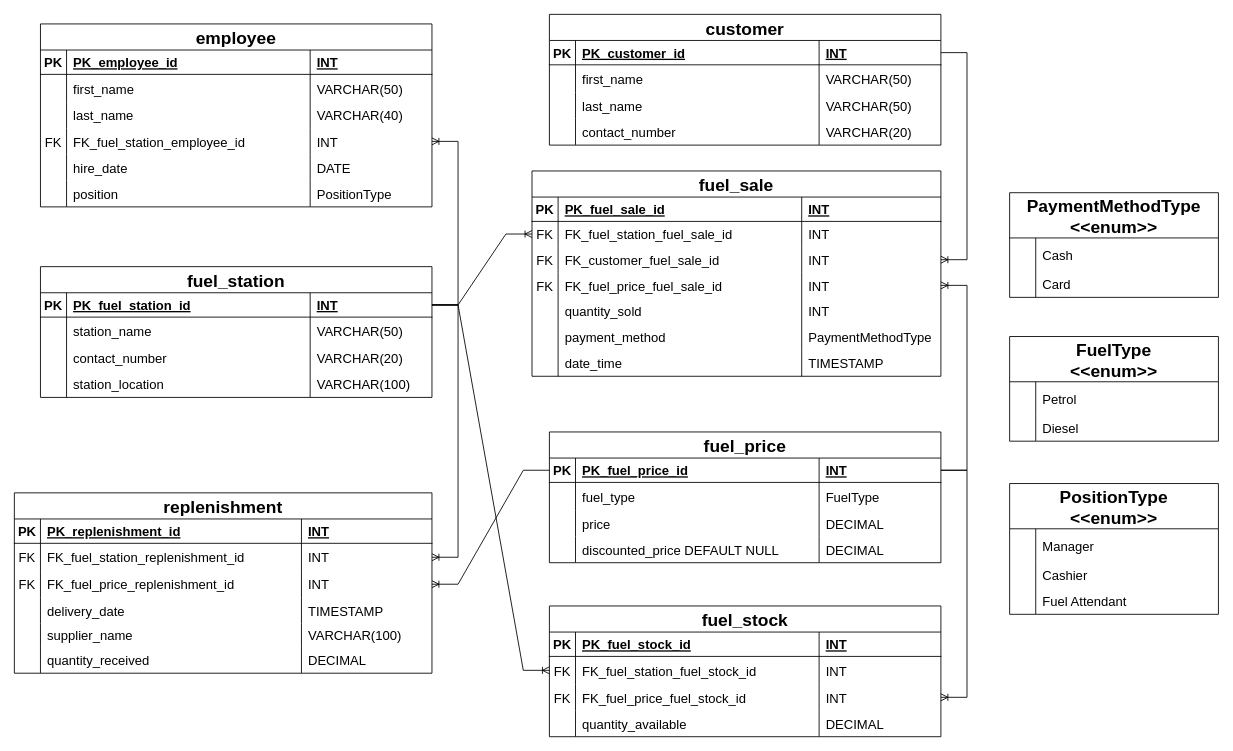
Above: Untitled Diagram.drawio in GiorgiEz/DB-modeling (draw.io), before the change. Source tidied: cells renumbered, new cells numbered last; positions are measured from the earlier drawing's top-left corner, leaving out a move shared by most shapes. Both pictures are drawn from the tidied source at 87%, with x=0, y=0 at pixel (-69, 14).
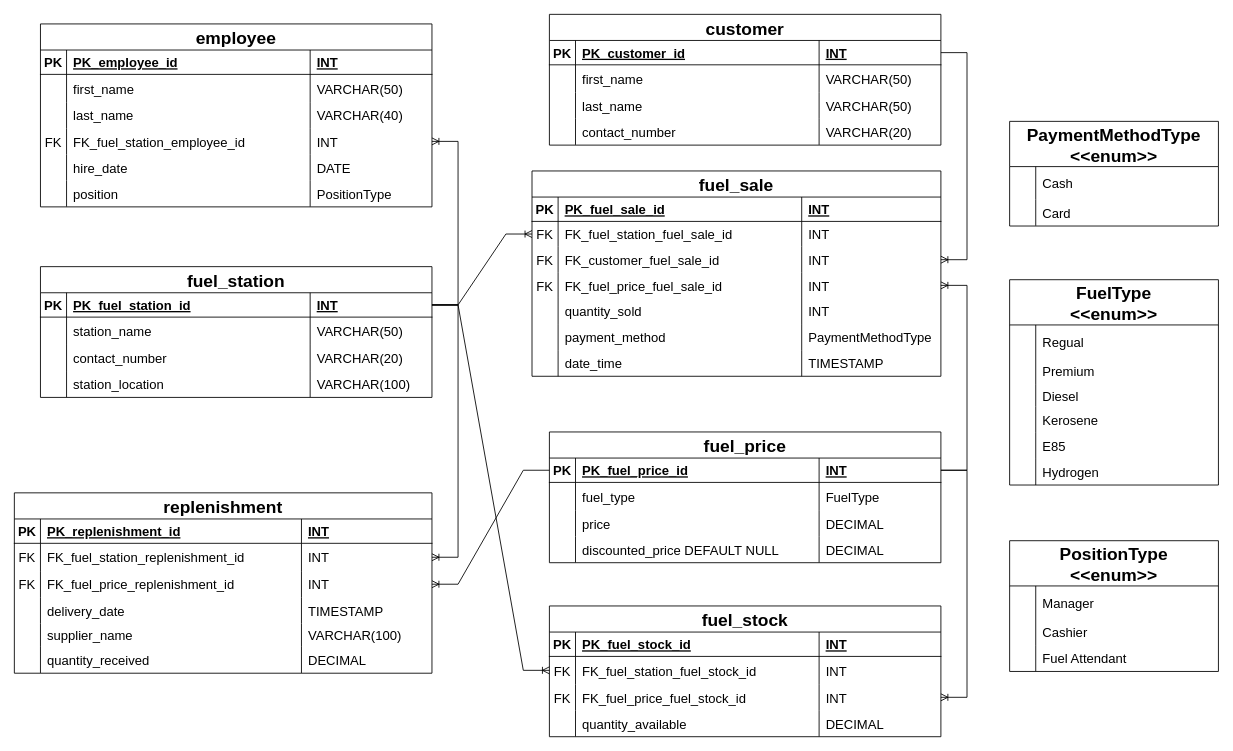
Above is the later version.

Unchanged cells that the change refers to:
```xml
<mxCell id="164" style="shape=partialRectangle;fillColor=none;top=0;left=0;right=0;bottom=0;" parent="163" vertex="1">
  <mxGeometry y="52" width="240" height="38" as="geometry" />
</mxCell>
```

Change to the diagram source:
```diff
@@
     <mxCell id="156" value="PaymentMethodType&#10;&lt;&lt;enum&gt;&gt;" style="shape=table;startSize=52;childLayout=tableLayout;rowLines=0;fontStyle=1;align=center;fillColor=#FFFFFF;strokeColor=#000000;fontSize=20;direction=east;flipH=0;flipV=0;" parent="1" vertex="1">
-      <mxGeometry x="1239" y="205" width="240" height="120.3" as="geometry" />
+      <mxGeometry x="1239" y="123" width="240" height="120.3" as="geometry" />
     </mxCell>
@@
     <mxCell id="163" value="FuelType&#10;&lt;&lt;enum&gt;&gt;" style="shape=table;startSize=52;childLayout=tableLayout;rowLines=0;fontStyle=1;align=center;fillColor=#FFFFFF;strokeColor=#000000;fontSize=20;direction=east;flipH=0;flipV=0;" parent="1" vertex="1">
-      <mxGeometry x="1239" y="370.3" width="240" height="120.3" as="geometry" />
+      <mxGeometry x="1239" y="305" width="240" height="236" as="geometry" />
     </mxCell>
@@
-    <mxCell id="166" value="Petrol" style="shape=partialRectangle;overflow=hidden;fillColor=none;top=0;left=0;bottom=0;right=0;align=left;spacingLeft=6;fontColor=#000000;labelBackgroundColor=none;fontSize=15;" parent="164" vertex="1">
+    <mxCell id="166" value="Regual" style="shape=partialRectangle;overflow=hidden;fillColor=none;top=0;left=0;bottom=0;right=0;align=left;spacingLeft=6;fontColor=#000000;labelBackgroundColor=none;fontSize=15;" parent="164" vertex="1">
       <mxGeometry x="30" width="210" height="38" as="geometry" />
     </mxCell>
+    <mxCell id="181" style="shape=tableRow;horizontal=0;startSize=0;swimlaneHead=0;swimlaneBody=0;fillColor=none;top=0;left=0;right=0;bottom=0;" parent="163" vertex="1">
+      <mxGeometry y="90" width="240" height="30" as="geometry" />
+    </mxCell>
+    <mxCell id="182" style="shape=partialRectangle;fillColor=none;top=0;left=0;bottom=0;right=0;overflow=hidden;" parent="181" vertex="1">
+      <mxGeometry width="30" height="30" as="geometry" />
+    </mxCell>
+    <mxCell id="183" value="Premium" style="shape=partialRectangle;fillColor=none;top=0;left=0;bottom=0;right=0;align=left;spacingLeft=6;overflow=hidden;fontSize=15;" parent="181" vertex="1">
+      <mxGeometry x="30" width="210" height="30" as="geometry" />
+    </mxCell>
+    <mxCell id="184" style="shape=tableRow;horizontal=0;startSize=0;swimlaneHead=0;swimlaneBody=0;fillColor=none;top=0;left=0;right=0;bottom=0;" parent="163" vertex="1">
+      <mxGeometry y="120" width="240" height="26" as="geometry" />
+    </mxCell>
+    <mxCell id="185" style="shape=partialRectangle;fillColor=none;top=0;left=0;bottom=0;right=0;overflow=hidden;" parent="184" vertex="1">
+      <mxGeometry width="30" height="26" as="geometry" />
+    </mxCell>
+    <mxCell id="186" value="Diesel" style="shape=partialRectangle;fillColor=none;top=0;left=0;bottom=0;right=0;align=left;spacingLeft=6;overflow=hidden;fontSize=15;" parent="184" vertex="1">
+      <mxGeometry x="30" width="210" height="26" as="geometry" />
+    </mxCell>
+    <mxCell id="187" style="shape=tableRow;horizontal=0;startSize=0;swimlaneHead=0;swimlaneBody=0;fillColor=none;top=0;left=0;right=0;bottom=0;" parent="163" vertex="1">
+      <mxGeometry y="146" width="240" height="30" as="geometry" />
+    </mxCell>
+    <mxCell id="188" style="shape=partialRectangle;fillColor=none;top=0;left=0;bottom=0;right=0;overflow=hidden;" parent="187" vertex="1">
+      <mxGeometry width="30" height="30" as="geometry" />
+    </mxCell>
+    <mxCell id="189" value="Kerosene" style="shape=partialRectangle;fillColor=none;top=0;left=0;bottom=0;right=0;align=left;spacingLeft=6;overflow=hidden;fontSize=15;" parent="187" vertex="1">
+      <mxGeometry x="30" width="210" height="30" as="geometry" />
+    </mxCell>
+    <mxCell id="190" style="shape=tableRow;horizontal=0;startSize=0;swimlaneHead=0;swimlaneBody=0;fillColor=none;top=0;left=0;right=0;bottom=0;" parent="163" vertex="1">
+      <mxGeometry y="176" width="240" height="30" as="geometry" />
+    </mxCell>
+    <mxCell id="191" style="shape=partialRectangle;fillColor=none;top=0;left=0;bottom=0;right=0;overflow=hidden;" parent="190" vertex="1">
+      <mxGeometry width="30" height="30" as="geometry" />
+    </mxCell>
+    <mxCell id="192" value="E85" style="shape=partialRectangle;fillColor=none;top=0;left=0;bottom=0;right=0;align=left;spacingLeft=6;overflow=hidden;fontSize=15;" parent="190" vertex="1">
+      <mxGeometry x="30" width="210" height="30" as="geometry" />
+    </mxCell>
     <mxCell id="167" style="shape=tableRow;horizontal=0;startSize=0;swimlaneHead=0;swimlaneBody=0;fillColor=none;top=0;left=0;right=0;bottom=0;" parent="163" vertex="1">
-      <mxGeometry y="90" width="240" height="30" as="geometry" />
+      <mxGeometry y="206" width="240" height="30" as="geometry" />
     </mxCell>
@@
-    <mxCell id="169" value="Diesel" style="shape=partialRectangle;fillColor=none;top=0;left=0;bottom=0;right=0;align=left;spacingLeft=6;overflow=hidden;fontSize=15;" parent="167" vertex="1">
+    <mxCell id="169" value="Hydrogen" style="shape=partialRectangle;fillColor=none;top=0;left=0;bottom=0;right=0;align=left;spacingLeft=6;overflow=hidden;fontSize=15;" parent="167" vertex="1">
       <mxGeometry x="30" width="210" height="30" as="geometry" />
     </mxCell>
     <mxCell id="170" value="PositionType&#10;&lt;&lt;enum&gt;&gt;" style="shape=table;startSize=52;childLayout=tableLayout;rowLines=0;fontStyle=1;align=center;fillColor=#FFFFFF;strokeColor=#000000;fontSize=20;direction=east;flipH=0;flipV=0;" parent="1" vertex="1">
-      <mxGeometry x="1239" y="539.3" width="240" height="150.3" as="geometry" />
+      <mxGeometry x="1239" y="605" width="240" height="150.3" as="geometry" />
     </mxCell>
```
